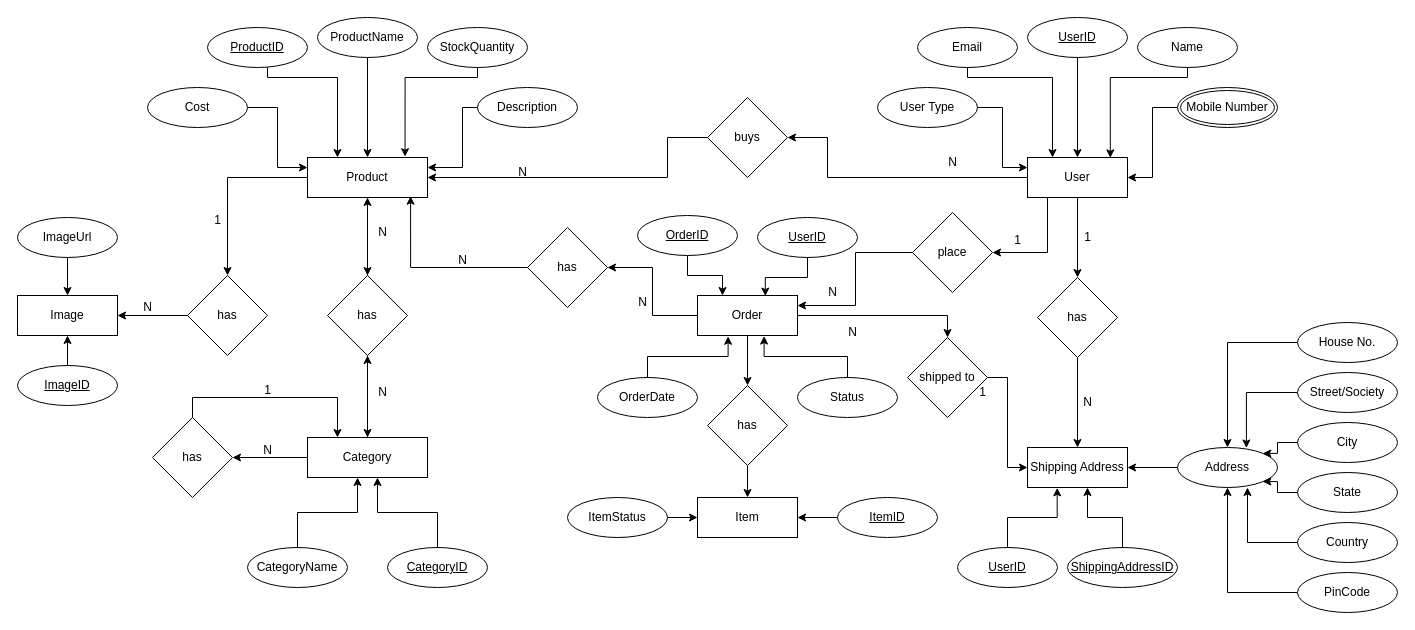
Earlier version of the draw.io diagram Assignments/DBMS/Assignment 1/ER Diagram.drawio (metacube-deependra-shekhawat/GET-Training). Source tidied: cells renumbered, new cells numbered last; positions are measured from the earlier drawing's top-left corner, leaving out a move shared by most shapes. Both pictures are drawn from the tidied source at 100%, with x=0, y=0 at pixel (17, 17).
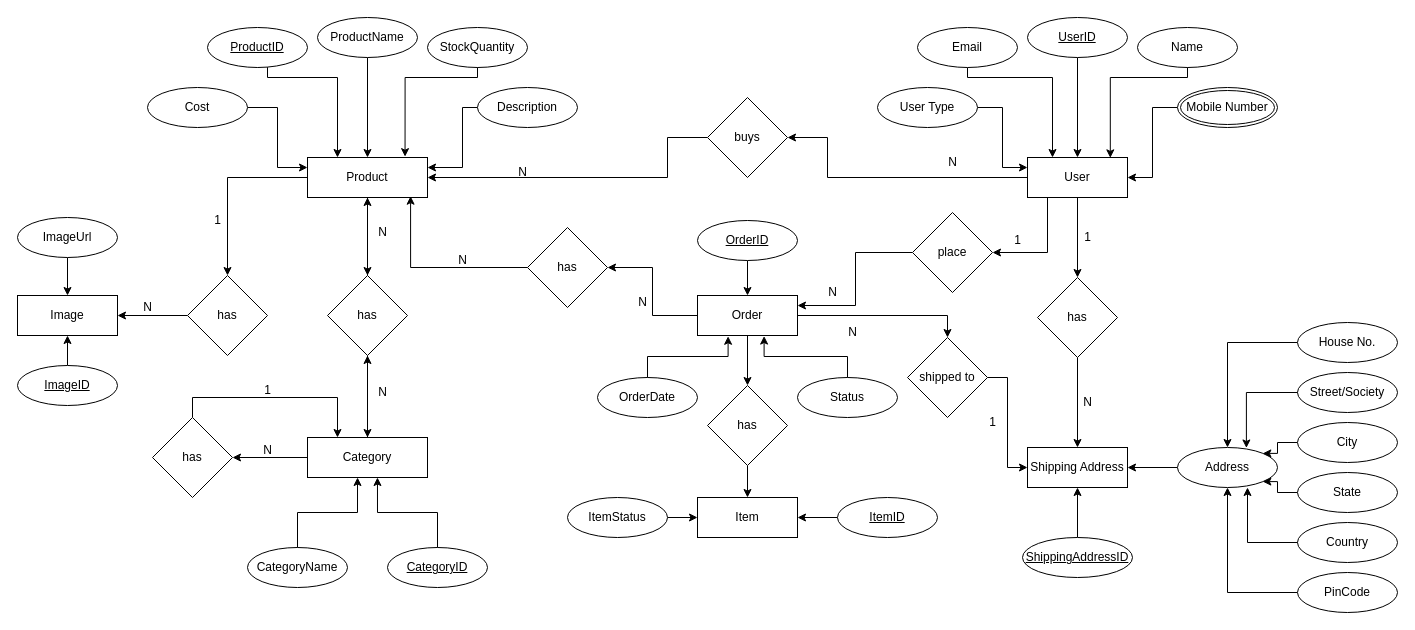
The same diagram, later.

The change refers to these unchanged cells:
```xml
<mxCell id="29" value="Order" style="whiteSpace=wrap;html=1;align=center;" parent="1" vertex="1">
  <mxGeometry x="680" y="278" width="100" height="40" as="geometry" />
</mxCell>
<mxCell id="53" value="Shipping Address" style="whiteSpace=wrap;html=1;align=center;" parent="1" vertex="1">
  <mxGeometry x="1010" y="430" width="100" height="40" as="geometry" />
</mxCell>
```

The edit, as a diff of the source:
```diff
@@
-    <mxCell id="30" style="edgeStyle=orthogonalEdgeStyle;rounded=0;jettySize=auto;html=1;entryX=0.25;entryY=0;entryDx=0;entryDy=0;" parent="1" edge="1" source="31" target="29">
+    <mxCell id="30" style="edgeStyle=orthogonalEdgeStyle;rounded=0;jettySize=auto;html=1;" parent="1" edge="1" source="31" target="29">
       <mxGeometry relative="1" as="geometry" />
     </mxCell>
     <mxCell id="31" value="OrderID" style="ellipse;whiteSpace=wrap;html=1;align=center;fontStyle=4;" parent="1" vertex="1">
-      <mxGeometry x="620" y="198" width="100" height="40" as="geometry" />
+      <mxGeometry x="680" y="203" width="100" height="40" as="geometry" />
     </mxCell>
@@
-    <mxCell id="58" value="UserID" style="ellipse;whiteSpace=wrap;html=1;align=center;fontStyle=4;" parent="1" vertex="1">
-      <mxGeometry x="940" y="530" width="100" height="40" as="geometry" />
-    </mxCell>
+    <mxCell id="60" style="edgeStyle=orthogonalEdgeStyle;rounded=0;jettySize=auto;html=1;entryX=0.5;entryY=1;entryDx=0;entryDy=0;" parent="1" edge="1" source="59" target="53">
+      <mxGeometry relative="1" as="geometry" />
+    </mxCell>
     <mxCell id="59" value="ShippingAddressID" style="ellipse;whiteSpace=wrap;html=1;align=center;fontStyle=4;" parent="1" vertex="1">
-      <mxGeometry x="1050" y="530" width="110" height="40" as="geometry" />
+      <mxGeometry x="1005" y="520" width="110" height="40" as="geometry" />
     </mxCell>
-    <mxCell id="60" style="edgeStyle=orthogonalEdgeStyle;rounded=0;jettySize=auto;html=1;entryX=0.6;entryY=1;entryDx=0;entryDy=0;entryPerimeter=0;" parent="1" edge="1" source="59" target="53">
-      <mxGeometry relative="1" as="geometry" />
-    </mxCell>
@@
-    <mxCell id="63" style="edgeStyle=orthogonalEdgeStyle;rounded=0;jettySize=auto;html=1;entryX=0.297;entryY=1.008;entryDx=0;entryDy=0;entryPerimeter=0;" parent="1" edge="1" source="58" target="53">
-      <mxGeometry relative="1" as="geometry" />
-    </mxCell>
@@
     <mxCell id="83" value="1" style="text;html=1;align=center;verticalAlign=middle;strokeColor=none;fillColor=none;" parent="1" vertex="1">
-      <mxGeometry x="950" y="360" width="30" height="30" as="geometry" />
+      <mxGeometry x="960" y="390" width="30" height="30" as="geometry" />
     </mxCell>
@@
-    <mxCell id="109" value="UserID" style="ellipse;whiteSpace=wrap;html=1;align=center;fontStyle=4;" parent="1" vertex="1">
-      <mxGeometry x="740" y="200" width="100" height="40" as="geometry" />
-    </mxCell>
-    <mxCell id="110" style="edgeStyle=orthogonalEdgeStyle;rounded=0;jettySize=auto;html=1;entryX=0.678;entryY=0.015;entryDx=0;entryDy=0;entryPerimeter=0;" parent="1" edge="1" source="109" target="29">
-      <mxGeometry relative="1" as="geometry" />
-    </mxCell>
```
